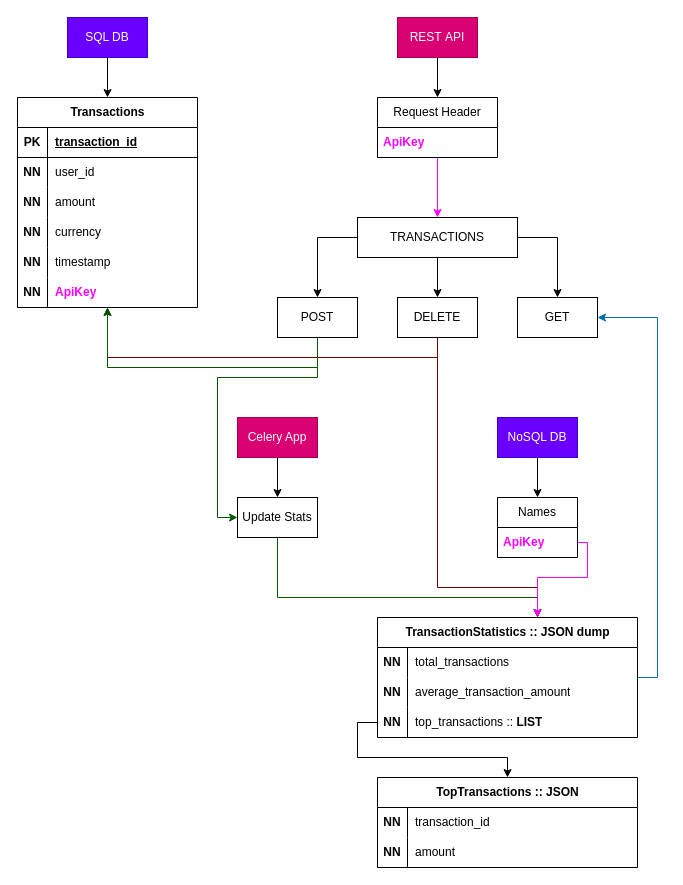
ames0k0/TestWork keeps this draw.io diagram as WebDevelopment/TestWork005/data/Diagram.drawio. Above is the earlier version. Source tidied: cells renumbered, new cells numbered last; positions are measured from the earlier drawing's top-left corner, leaving out a move shared by most shapes. Both pictures are drawn from the tidied source at 100%, with x=0, y=0 at pixel (17, 17).
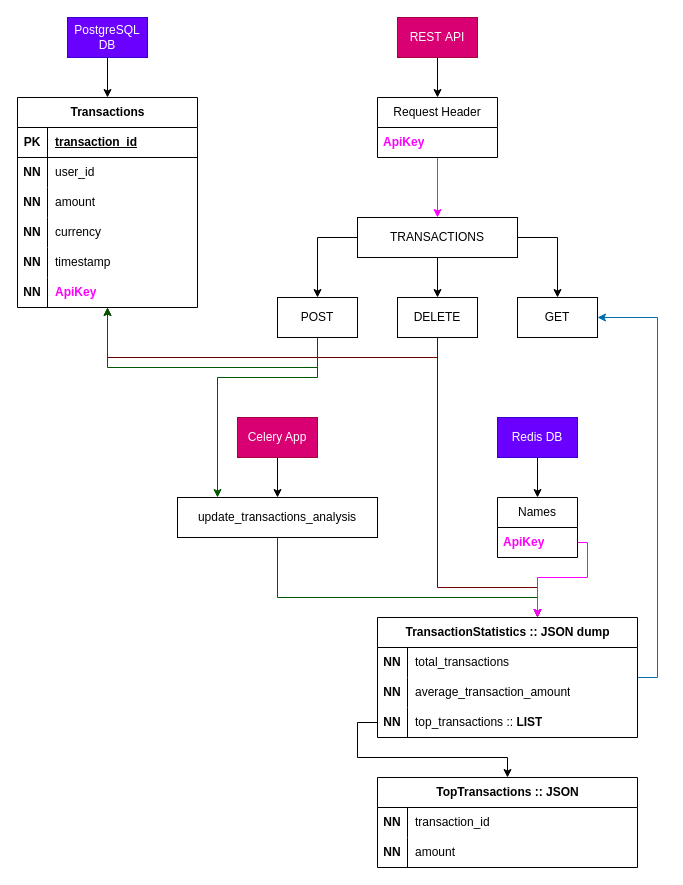
Above is the later version.

What changed in the source:
```diff
@@
-    <mxCell id="40" value="Update Stats" style="whiteSpace=wrap;html=1;rounded=0;" parent="1" vertex="1">
-      <mxGeometry x="220" y="480" width="80" height="40" as="geometry" />
+    <mxCell id="40" value="update_transactions_analysis" style="whiteSpace=wrap;html=1;rounded=0;" parent="1" vertex="1">
+      <mxGeometry x="160" y="480" width="200" height="40" as="geometry" />
     </mxCell>
@@
-    <mxCell id="42" value="NoSQL DB" style="rounded=0;whiteSpace=wrap;html=1;fillColor=#6a00ff;fontColor=#ffffff;strokeColor=#3700CC;" parent="1" vertex="1">
+    <mxCell id="42" value="Redis DB" style="rounded=0;whiteSpace=wrap;html=1;fillColor=#6a00ff;fontColor=#ffffff;strokeColor=#3700CC;" parent="1" vertex="1">
       <mxGeometry x="480" y="400" width="80" height="40" as="geometry" />
     </mxCell>
@@
-    <mxCell id="51" value="SQL DB" style="rounded=0;whiteSpace=wrap;html=1;fillColor=#6a00ff;fontColor=#ffffff;strokeColor=#3700CC;" parent="1" vertex="1">
+    <mxCell id="51" value="PostgreSQL DB" style="rounded=0;whiteSpace=wrap;html=1;fillColor=#6a00ff;fontColor=#ffffff;strokeColor=#3700CC;" parent="1" vertex="1">
       <mxGeometry x="50" width="80" height="40" as="geometry" />
     </mxCell>
```
